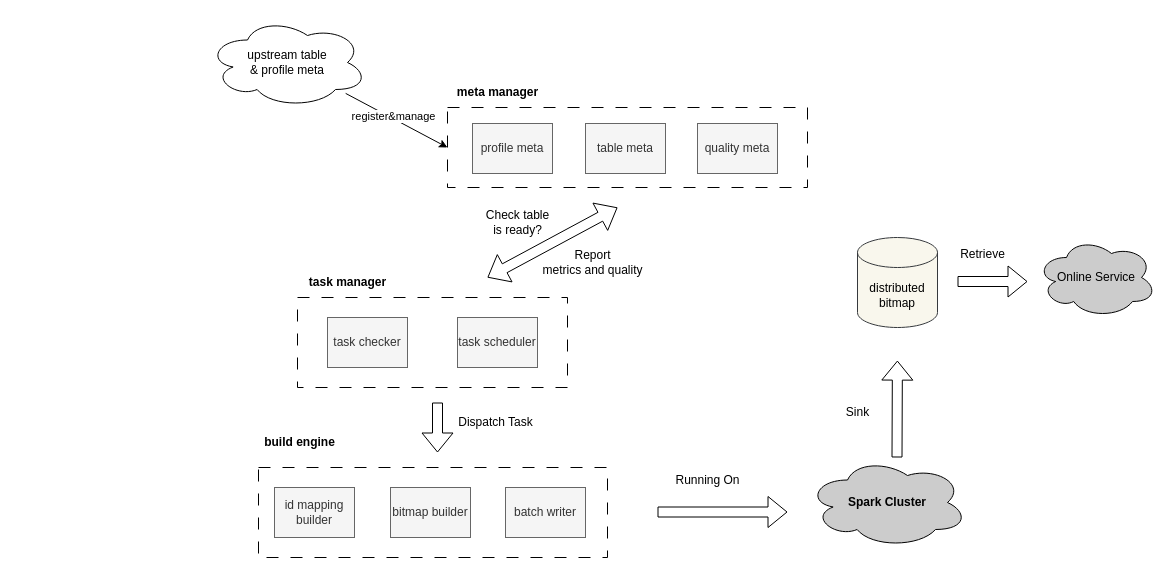
This is paper_dmp_fig1.drawio from learn2Pro/draw_io_save, a draw.io file, before an edit. Source tidied: cells renumbered, new cells numbered last; positions are measured from the earlier drawing's top-left corner, leaving out a move shared by most shapes. Both pictures are drawn from the tidied source at 100%, with x=0, y=0 at pixel (207, 17).
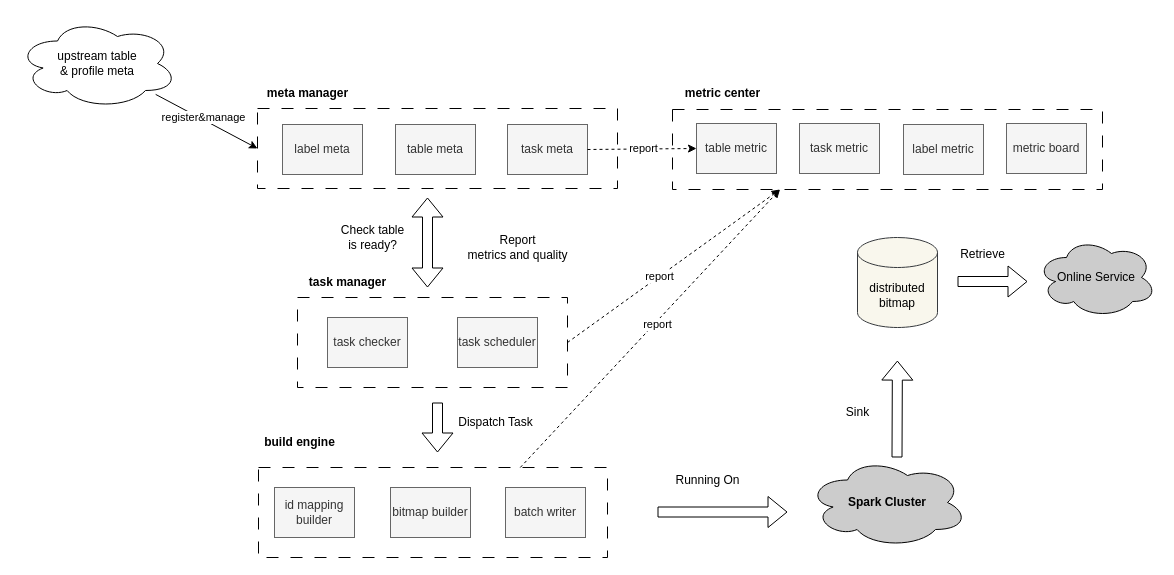
The same page after the edit.

Unchanged cells that the change refers to:
```xml
<mxCell id="7" style="rounded=0;whiteSpace=wrap;html=1;dashed=1;dashPattern=12 12;" parent="1" vertex="1">
  <mxGeometry x="90" y="280" width="270" height="90" as="geometry" />
</mxCell>
<mxCell id="17" style="rounded=0;whiteSpace=wrap;html=1;dashed=1;dashPattern=12 12;" parent="1" vertex="1">
  <mxGeometry x="51" y="450" width="349" height="90" as="geometry" />
</mxCell>
```

What changed in the source:
```diff
@@
     <mxCell id="2" value="&lt;b&gt;meta manager&lt;/b&gt;" style="text;html=1;align=center;verticalAlign=middle;strokeColor=none;fillColor=none;" parent="1" vertex="1">
-      <mxGeometry x="240" y="60" width="100" height="30" as="geometry" />
+      <mxGeometry x="50" y="61" width="100" height="30" as="geometry" />
     </mxCell>
     <mxCell id="3" style="rounded=0;whiteSpace=wrap;html=1;dashed=1;dashPattern=12 12;" parent="1" vertex="1">
-      <mxGeometry x="240" y="90" width="360" height="80" as="geometry" />
+      <mxGeometry x="50" y="91" width="360" height="80" as="geometry" />
     </mxCell>
-    <mxCell id="4" value="profile meta" style="rounded=0;whiteSpace=wrap;html=1;fillColor=#f5f5f5;fontColor=#333333;strokeColor=#666666;" parent="1" vertex="1">
-      <mxGeometry x="265" y="106" width="80" height="50" as="geometry" />
+    <mxCell id="4" value="label meta" style="rounded=0;whiteSpace=wrap;html=1;fillColor=#f5f5f5;fontColor=#333333;strokeColor=#666666;" parent="1" vertex="1">
+      <mxGeometry x="75" y="107" width="80" height="50" as="geometry" />
     </mxCell>
     <mxCell id="5" value="table meta" style="rounded=0;whiteSpace=wrap;html=1;fillColor=#f5f5f5;fontColor=#333333;strokeColor=#666666;" parent="1" vertex="1">
-      <mxGeometry x="378" y="106" width="80" height="50" as="geometry" />
+      <mxGeometry x="188" y="107" width="80" height="50" as="geometry" />
     </mxCell>
-    <mxCell id="6" value="quality meta" style="rounded=0;whiteSpace=wrap;html=1;fillColor=#f5f5f5;fontColor=#333333;strokeColor=#666666;" parent="1" vertex="1">
-      <mxGeometry x="490" y="106" width="80" height="50" as="geometry" />
+    <mxCell id="6" value="task meta" style="rounded=0;whiteSpace=wrap;html=1;fillColor=#f5f5f5;fontColor=#333333;strokeColor=#666666;" parent="1" vertex="1">
+      <mxGeometry x="300" y="107" width="80" height="50" as="geometry" />
     </mxCell>
@@
     <mxCell id="14" style="shape=flexArrow;endArrow=classic;startArrow=classic;html=1;rounded=0;" parent="1" edge="1">
       <mxGeometry relative="1" as="geometry">
-        <mxPoint x="280" y="260" as="sourcePoint" />
-        <mxPoint x="410" y="190" as="targetPoint" />
+        <mxPoint x="220" y="270" as="sourcePoint" />
+        <mxPoint x="220" y="180" as="targetPoint" />
       </mxGeometry>
     </mxCell>
     <mxCell id="15" value="Check table &lt;br&gt;is ready?" style="text;html=1;align=center;verticalAlign=middle;strokeColor=none;fillColor=none;" parent="1" vertex="1">
-      <mxGeometry x="265" y="185" width="90" height="40" as="geometry" />
+      <mxGeometry x="120" y="200" width="90" height="40" as="geometry" />
     </mxCell>
     <mxCell id="16" value="Report&lt;br&gt;metrics and quality" style="text;html=1;align=center;verticalAlign=middle;strokeColor=none;fillColor=none;" parent="1" vertex="1">
-      <mxGeometry x="325" y="225" width="120" height="40" as="geometry" />
+      <mxGeometry x="250" y="210" width="120" height="40" as="geometry" />
     </mxCell>
@@
     <mxCell id="24" style="group;" parent="1" vertex="1">
-      <mxGeometry width="160" height="90" as="geometry" />
+      <mxGeometry x="-190" y="1" width="160" height="90" as="geometry" />
     </mxCell>
@@
+    <mxCell id="35" style="group;" parent="1" vertex="1">
+      <mxGeometry x="465" y="61" width="430" height="111" as="geometry" />
+    </mxCell>
+    <mxCell id="36" style="rounded=0;whiteSpace=wrap;html=1;dashed=1;dashPattern=12 12;" parent="35" vertex="1">
+      <mxGeometry y="31" width="430" height="80" as="geometry" />
+    </mxCell>
+    <mxCell id="37" value="&lt;b&gt;metric center&lt;/b&gt;" style="text;html=1;align=center;verticalAlign=middle;strokeColor=none;fillColor=none;" parent="35" vertex="1">
+      <mxGeometry width="100" height="30" as="geometry" />
+    </mxCell>
+    <mxCell id="38" value="table metric" style="rounded=0;whiteSpace=wrap;html=1;fillColor=#f5f5f5;fontColor=#333333;strokeColor=#666666;" parent="35" vertex="1">
+      <mxGeometry x="24" y="45" width="80" height="50" as="geometry" />
+    </mxCell>
+    <mxCell id="39" value="task metric" style="rounded=0;whiteSpace=wrap;html=1;fillColor=#f5f5f5;fontColor=#333333;strokeColor=#666666;" parent="35" vertex="1">
+      <mxGeometry x="127" y="45" width="80" height="50" as="geometry" />
+    </mxCell>
+    <mxCell id="40" value="label metric" style="rounded=0;whiteSpace=wrap;html=1;fillColor=#f5f5f5;fontColor=#333333;strokeColor=#666666;" parent="35" vertex="1">
+      <mxGeometry x="231" y="46" width="80" height="50" as="geometry" />
+    </mxCell>
+    <mxCell id="41" value="metric board" style="rounded=0;whiteSpace=wrap;html=1;fillColor=#f5f5f5;fontColor=#333333;strokeColor=#666666;" parent="35" vertex="1">
+      <mxGeometry x="334" y="45" width="80" height="50" as="geometry" />
+    </mxCell>
+    <mxCell id="42" style="endArrow=classic;html=1;rounded=0;exitX=1;exitY=0.5;exitDx=0;exitDy=0;entryX=0.25;entryY=1;entryDx=0;entryDy=0;dashed=1;" parent="1" edge="1" source="7" target="36">
+      <mxGeometry relative="1" as="geometry" />
+    </mxCell>
+    <mxCell id="43" value="report" style="edgeLabel;html=1;align=center;verticalAlign=middle;" parent="42" vertex="1">
+      <mxGeometry x="-0.14" y="1" relative="1" as="geometry" />
+    </mxCell>
+    <mxCell id="44" style="endArrow=classic;html=1;rounded=0;exitX=1;exitY=0.5;exitDx=0;exitDy=0;entryX=0;entryY=0.5;entryDx=0;entryDy=0;dashed=1;" parent="1" edge="1" source="6" target="38">
+      <mxGeometry relative="1" as="geometry" />
+    </mxCell>
+    <mxCell id="45" value="report" style="edgeLabel;html=1;align=center;verticalAlign=middle;" parent="44" vertex="1">
+      <mxGeometry x="0.05" y="1" relative="1" as="geometry">
+        <mxPoint x="-1" as="offset" />
+      </mxGeometry>
+    </mxCell>
+    <mxCell id="46" style="endArrow=classic;html=1;rounded=0;exitX=0.75;exitY=0;exitDx=0;exitDy=0;entryX=0.25;entryY=1;entryDx=0;entryDy=0;dashed=1;" parent="1" edge="1" source="17" target="36">
+      <mxGeometry relative="1" as="geometry" />
+    </mxCell>
+    <mxCell id="47" value="report" style="edgeLabel;html=1;align=center;verticalAlign=middle;" parent="46" vertex="1">
+      <mxGeometry x="0.04" y="-2" relative="1" as="geometry" />
+    </mxCell>
```
